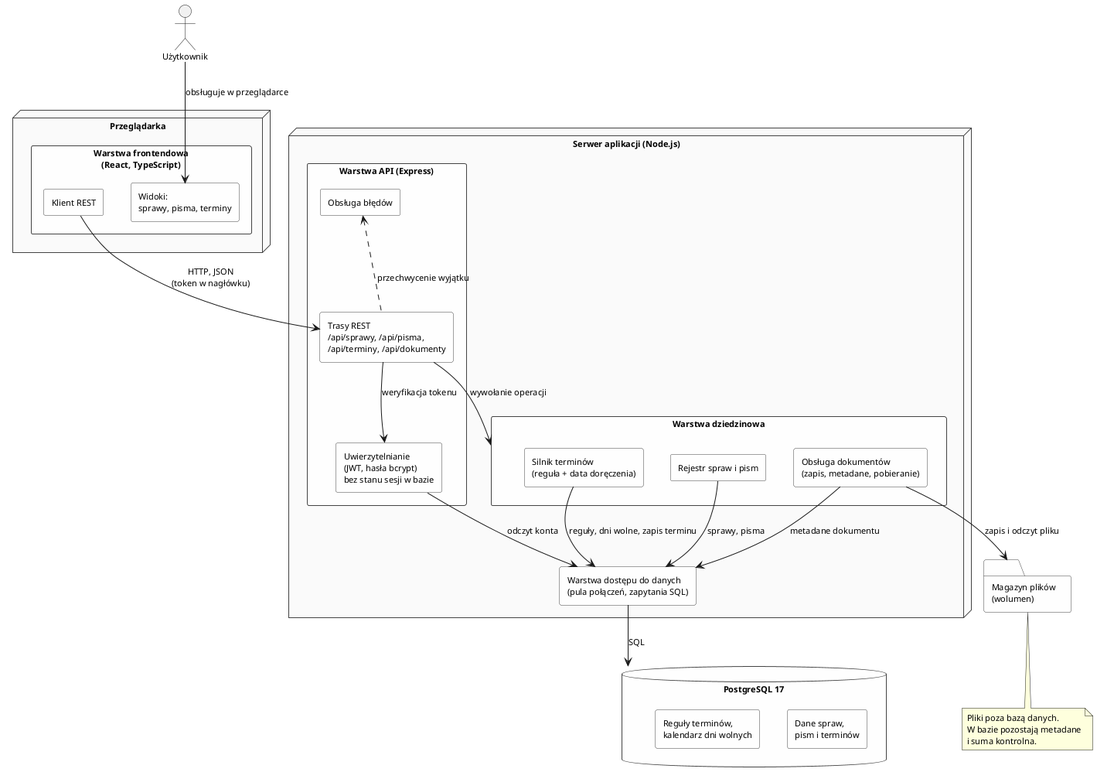
Before: docs/diagramy/architektura.png, a diagram exported from PlantUML (adminroan24/sprawnik). Source of this version:
```plantuml
@startuml architektura
skinparam backgroundColor white
skinparam shadowing false
skinparam defaultFontName Sans
skinparam defaultFontSize 11
skinparam componentStyle rectangle
skinparam component {
  BackgroundColor #FEFEFE
  BorderColor #444444
}
skinparam node {
  BackgroundColor #FAFAFA
  BorderColor #444444
}
skinparam database {
  BackgroundColor #FEFEFE
  BorderColor #444444
}
skinparam folder {
  BackgroundColor #FEFEFE
  BorderColor #444444
}

actor "Użytkownik" as U

node "Przeglądarka" {
  component "Warstwa frontendowa\n(React, TypeScript)" as FE {
    component "Widoki:\nsprawy, pisma, terminy" as WIDOKI
    component "Klient REST" as KLIENT
  }
}

node "Serwer aplikacji (Node.js)" {
  component "Warstwa API (Express)" as API {
    component "Trasy REST\n/api/sprawy, /api/pisma,\n/api/terminy, /api/dokumenty" as TRASY
    component "Uwierzytelnianie\n(JWT, hasła bcrypt)\nbez stanu sesji w bazie" as AUTH
    component "Obsługa błędów" as BLEDY
  }

  component "Warstwa dziedzinowa" as DZIEDZINA {
    component "Silnik terminów\n(reguła + data doręczenia)" as SILNIK
    component "Obsługa dokumentów\n(zapis, metadane, pobieranie)" as DOKUMENTY
    component "Rejestr spraw i pism" as REJESTR
  }

  component "Warstwa dostępu do danych\n(pula połączeń, zapytania SQL)" as DAO
}

database "PostgreSQL 17" as DB {
  component "Dane spraw,\npism i terminów" as TABELE
  component "Reguły terminów,\nkalendarz dni wolnych" as KONFIG
}

folder "Magazyn plików\n(wolumen)" as FS

U --> WIDOKI : obsługuje w przeglądarce
KLIENT --> TRASY : HTTP, JSON\n(token w nagłówku)
TRASY --> AUTH : weryfikacja tokenu
TRASY --> DZIEDZINA : wywołanie operacji
BLEDY <.. TRASY : przechwycenie wyjątku
AUTH --> DAO : odczyt konta
SILNIK --> DAO : reguły, dni wolne, zapis terminu
REJESTR --> DAO : sprawy, pisma
DOKUMENTY --> DAO : metadane dokumentu
DOKUMENTY --> FS : zapis i odczyt pliku
DAO --> DB : SQL

note bottom of FS
  Pliki poza bazą danych.
  W bazie pozostają metadane
  i suma kontrolna.
end note

@enduml
```
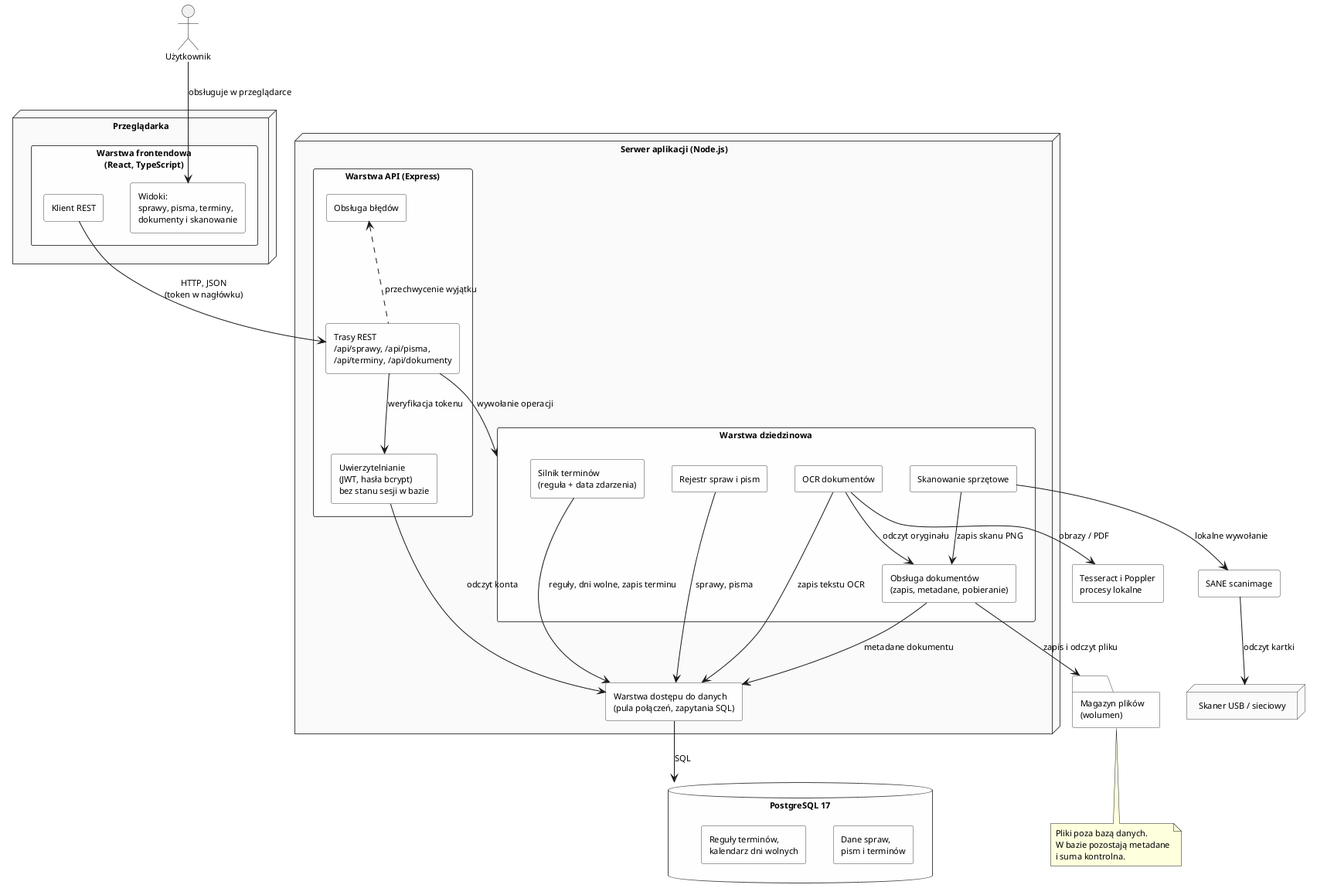
Later version of the same file.

Commit message:
Uaktualnij instrukcję obiegu i diagramy o OCR oraz skanowanie

Diff of the diagram source:
```diff
@@ -25,7 +25,7 @@
 
 node "Przeglądarka" {
   component "Warstwa frontendowa\n(React, TypeScript)" as FE {
-    component "Widoki:\nsprawy, pisma, terminy" as WIDOKI
+    component "Widoki:\nsprawy, pisma, terminy,\ndokumenty i skanowanie" as WIDOKI
     component "Klient REST" as KLIENT
   }
 }
@@ -38,9 +38,11 @@
   }
 
   component "Warstwa dziedzinowa" as DZIEDZINA {
-    component "Silnik terminów\n(reguła + data doręczenia)" as SILNIK
+    component "Silnik terminów\n(reguła + data zdarzenia)" as SILNIK
     component "Obsługa dokumentów\n(zapis, metadane, pobieranie)" as DOKUMENTY
     component "Rejestr spraw i pism" as REJESTR
+    component "OCR dokumentów" as OCR
+    component "Skanowanie sprzętowe" as SKANOWANIE
   }
 
   component "Warstwa dostępu do danych\n(pula połączeń, zapytania SQL)" as DAO
@@ -52,6 +54,9 @@
 }
 
 folder "Magazyn plików\n(wolumen)" as FS
+component "Tesseract i Poppler\nprocesy lokalne" as NARZEDZIA_OCR
+component "SANE scanimage" as SANE
+node "Skaner USB / sieciowy" as SKANER
 
 U --> WIDOKI : obsługuje w przeglądarce
 KLIENT --> TRASY : HTTP, JSON\n(token w nagłówku)
@@ -64,6 +69,12 @@
 DOKUMENTY --> DAO : metadane dokumentu
 DOKUMENTY --> FS : zapis i odczyt pliku
 DAO --> DB : SQL
+OCR --> DOKUMENTY : odczyt oryginału
+OCR --> NARZEDZIA_OCR : obrazy / PDF
+OCR --> DAO : zapis tekstu OCR
+SKANOWANIE --> SANE : lokalne wywołanie
+SANE --> SKANER : odczyt kartki
+SKANOWANIE --> DOKUMENTY : zapis skanu PNG
 
 note bottom of FS
   Pliki poza bazą danych.
```
